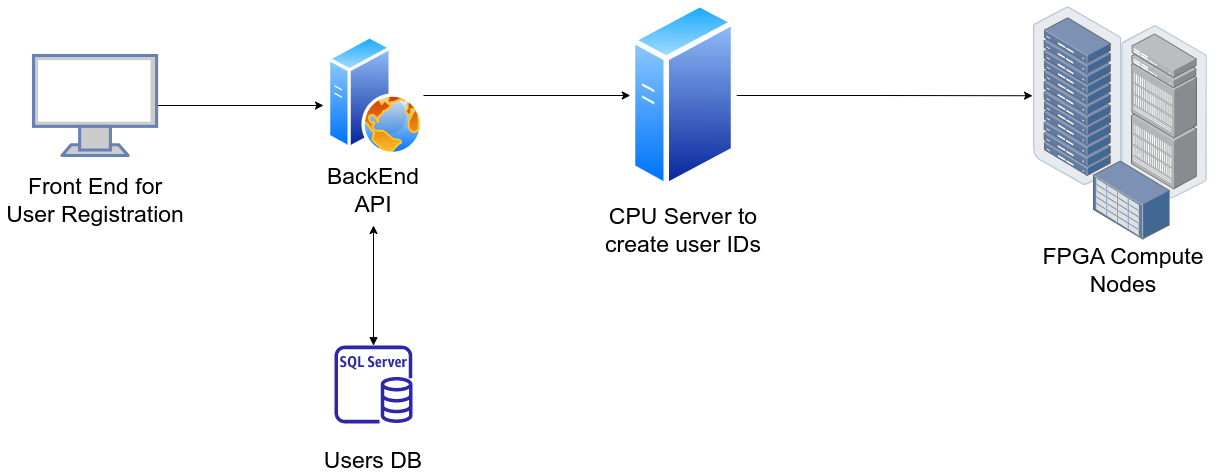
This is Intel DevCloud Flow.drawio.png from belanasaikiran/FlowCharts, a draw.io export, as it was before one commit. Source tidied: cells renumbered, new cells last; positions are measured from the earlier drawing's top-left corner, leaving out a move shared by most shapes.
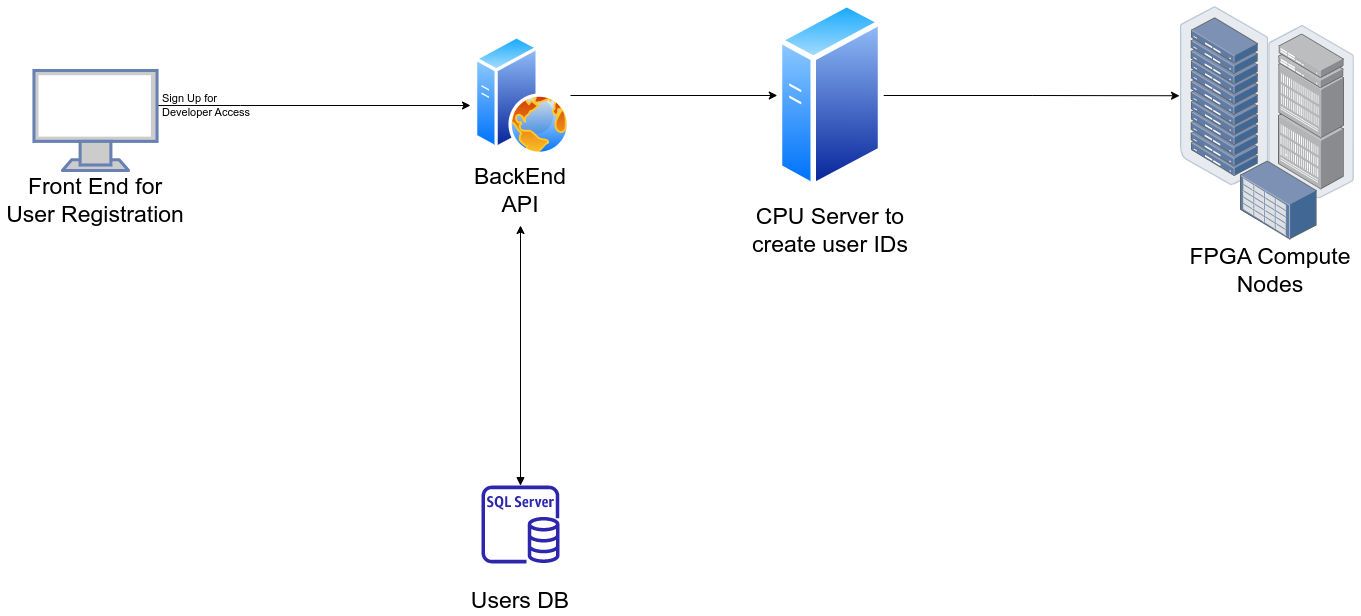
After the change.

Diff of the diagram source:
```diff
@@ -5,19 +5,17 @@
     <mxCell id="2" style="edgeStyle=orthogonalEdgeStyle;rounded=0;jettySize=auto;html=1;fontSize=23;" parent="1" edge="1" source="3">
       <mxGeometry relative="1" as="geometry">
         <mxPoint x="323" y="105" as="targetPoint" />
+        <Array as="points">
+          <mxPoint x="93" y="105" />
+          <mxPoint x="93" y="105" />
+        </Array>
       </mxGeometry>
     </mxCell>
     <mxCell id="3" style="fontColor=#0066CC;verticalAlign=top;verticalLabelPosition=bottom;labelPosition=center;align=center;html=1;outlineConnect=0;fillColor=#CCCCCC;strokeColor=#6881B3;gradientColor=none;gradientDirection=north;strokeWidth=2;shape=mxgraph.networks.monitor;fontSize=23;" parent="1" vertex="1">
-      <mxGeometry x="33" y="55" width="123.1" height="100" as="geometry" />
+      <mxGeometry x="-113.5" y="70" width="123.1" height="100" as="geometry" />
     </mxCell>
-    <mxCell id="4" value="Users DB" style="text;html=1;strokeColor=none;fillColor=none;align=center;verticalAlign=middle;whiteSpace=wrap;rounded=0;fontSize=23;" parent="1" vertex="1">
-      <mxGeometry x="283" y="445" width="180" height="30" as="geometry" />
-    </mxCell>
-    <mxCell id="5" value="BackEnd API" style="text;html=1;strokeColor=none;fillColor=none;align=center;verticalAlign=middle;whiteSpace=wrap;rounded=0;fontSize=23;" parent="1" vertex="1">
-      <mxGeometry x="313" y="175" width="120" height="30" as="geometry" />
-    </mxCell>
     <mxCell id="6" value="Front End for User Registration" style="text;html=1;strokeColor=none;fillColor=none;align=center;verticalAlign=middle;whiteSpace=wrap;rounded=0;fontSize=23;" parent="1" vertex="1">
-      <mxGeometry x="-0.5" y="185" width="190" height="30" as="geometry" />
+      <mxGeometry x="-147" y="185" width="190" height="30" as="geometry" />
     </mxCell>
     <mxCell id="7" style="group;" parent="1" vertex="1">
       <mxGeometry x="593" y="25" width="180" height="200" as="geometry" />
@@ -31,9 +29,6 @@
     <mxCell id="10" style="edgeStyle=orthogonalEdgeStyle;rounded=0;jettySize=auto;html=1;entryX=0;entryY=0.5;entryDx=0;entryDy=0;fontSize=23;" parent="1" edge="1" source="11" target="9">
       <mxGeometry relative="1" as="geometry" />
     </mxCell>
-    <mxCell id="11" style="perimeter=ellipsePerimeter;html=1;align=center;shadow=0;dashed=0;spacingTop=3;image;image=img/lib/active_directory/web_server.svg;fontSize=23;" parent="1" vertex="1">
-      <mxGeometry x="327" y="35" width="96" height="120" as="geometry" />
-    </mxCell>
     <mxCell id="12" style="points=[];html=1;align=center;shadow=0;dashed=0;image;image=img/lib/allied_telesis/storage/Datacenter_Server_Rack.svg;fontSize=23;" parent="1" vertex="1">
       <mxGeometry x="1033" y="6.2" width="88.2" height="178.8" as="geometry" />
     </mxCell>
@@ -42,9 +37,6 @@
         <mxPoint x="373" y="225" as="targetPoint" />
       </mxGeometry>
     </mxCell>
-    <mxCell id="14" style="sketch=0;outlineConnect=0;fontColor=#232F3E;gradientColor=none;fillColor=#2E27AD;strokeColor=none;dashed=0;verticalLabelPosition=bottom;verticalAlign=top;align=center;html=1;fontSize=12;fontStyle=0;shape=mxgraph.aws4.rds_sql_server_instance;" parent="1" vertex="1">
-      <mxGeometry x="334" y="345" width="78" height="78" as="geometry" />
-    </mxCell>
     <mxCell id="15" style="html=1;align=center;shadow=0;dashed=0;image;image=img/lib/allied_telesis/storage/Datacenter_Server_Rack_EoR.svg;fontSize=23;" parent="1" vertex="1">
       <mxGeometry x="1121.2" y="25" width="85.8" height="173.4" as="geometry" />
     </mxCell>
@@ -57,5 +49,26 @@
     <mxCell id="18" style="edgeStyle=orthogonalEdgeStyle;rounded=0;jettySize=auto;html=1;entryX=-0.011;entryY=0.498;entryDx=0;entryDy=0;entryPerimeter=0;fontSize=23;" parent="1" edge="1" source="9" target="12">
       <mxGeometry relative="1" as="geometry" />
     </mxCell>
+    <mxCell id="19" style="group;" parent="1" vertex="1">
+      <mxGeometry x="283" y="485" width="180" height="130" as="geometry" />
+    </mxCell>
+    <mxCell id="4" value="Users DB" style="text;html=1;strokeColor=none;fillColor=none;align=center;verticalAlign=middle;whiteSpace=wrap;rounded=0;fontSize=23;" parent="19" vertex="1">
+      <mxGeometry y="100" width="180" height="30" as="geometry" />
+    </mxCell>
+    <mxCell id="14" style="sketch=0;outlineConnect=0;fontColor=#232F3E;gradientColor=none;fillColor=#2E27AD;strokeColor=none;dashed=0;verticalLabelPosition=bottom;verticalAlign=top;align=center;html=1;fontSize=12;fontStyle=0;shape=mxgraph.aws4.rds_sql_server_instance;" parent="19" vertex="1">
+      <mxGeometry x="51" width="78" height="78" as="geometry" />
+    </mxCell>
+    <mxCell id="20" style="group;" parent="1" vertex="1">
+      <mxGeometry x="313" y="35" width="120" height="170" as="geometry" />
+    </mxCell>
+    <mxCell id="5" value="BackEnd API" style="text;html=1;strokeColor=none;fillColor=none;align=center;verticalAlign=middle;whiteSpace=wrap;rounded=0;fontSize=23;" parent="20" vertex="1">
+      <mxGeometry y="140" width="120" height="30" as="geometry" />
+    </mxCell>
+    <mxCell id="11" style="perimeter=ellipsePerimeter;html=1;align=center;shadow=0;dashed=0;spacingTop=3;image;image=img/lib/active_directory/web_server.svg;fontSize=23;" parent="20" vertex="1">
+      <mxGeometry x="14" width="96" height="120" as="geometry" />
+    </mxCell>
+    <mxCell id="21" value="Sign Up for Developer Access" style="text;html=1;strokeColor=none;fillColor=none;align=left;verticalAlign=middle;whiteSpace=wrap;rounded=0;fontSize=11;" parent="1" vertex="1">
+      <mxGeometry x="13" y="72.5" width="110" height="65" as="geometry" />
+    </mxCell>
   </root>
 </mxGraphModel>
```
